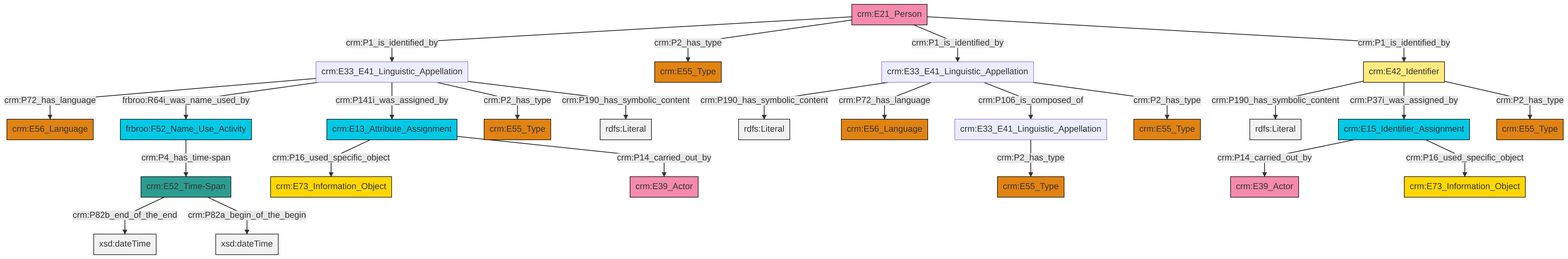
Above: et/personCSV/ttl/mmd/png/Person_Names_and_Classification.png in swiss-art-research-net/reference-data-models (Mermaid), before the change. Its source is kept beside it as et/personCSV/ttl/mmd/Person_Names_and_Classification.ttl.mmd.
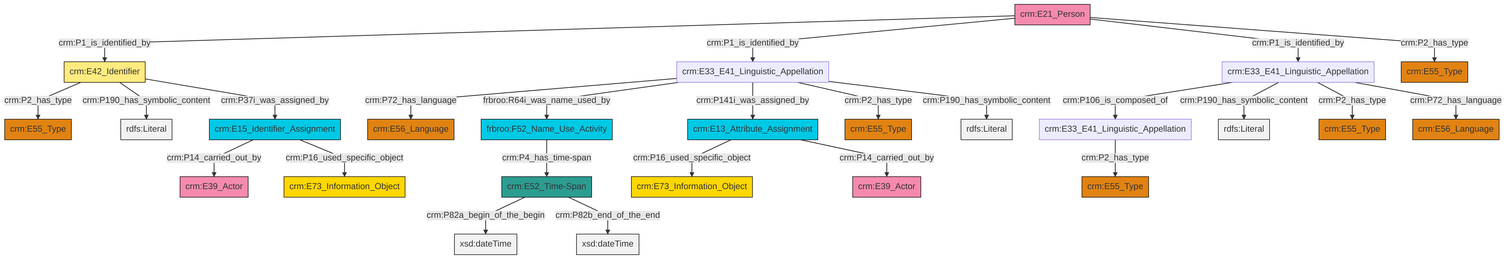
The same file after the commit.

Diff of the diagram source:
```diff
@@ -13,27 +13,27 @@
 classDef PC_Classes fill:#4ce600, stroke:#000000;
 classDef Multi fill:#cccccc,stroke:#000000;
 
-2["crm:E42_Identifier"]:::Appellation -->|crm:P190_has_symbolic_content| 3[rdfs:Literal]:::Literal
-8["crm:E15_Identifier_Assignment"]:::Temporal_Entity -->|crm:P14_carried_out_by| 9["crm:E39_Actor"]:::Actor
-2["crm:E42_Identifier"]:::Appellation -->|crm:P37i_was_assigned_by| 8["crm:E15_Identifier_Assignment"]:::Temporal_Entity
-10["crm:E33_E41_Linguistic_Appellation"]:::Default -->|crm:P2_has_type| 11["crm:E55_Type"]:::Type
-12["crm:E33_E41_Linguistic_Appellation"]:::Default -->|crm:P72_has_language| 13["crm:E56_Language"]:::Type
-17["crm:E21_Person"]:::Actor -->|crm:P1_is_identified_by| 12["crm:E33_E41_Linguistic_Appellation"]:::Default
-25["crm:E13_Attribute_Assignment"]:::Temporal_Entity -->|crm:P16_used_specific_object| 22["crm:E73_Information_Object"]:::Conceptual_Object
-26["crm:E33_E41_Linguistic_Appellation"]:::Default -->|crm:P190_has_symbolic_content| 27[rdfs:Literal]:::Literal
-12["crm:E33_E41_Linguistic_Appellation"]:::Default -->|frbroo:R64i_was_name_used_by| 0["frbroo:F52_Name_Use_Activity"]:::Temporal_Entity
-12["crm:E33_E41_Linguistic_Appellation"]:::Default -->|crm:P141i_was_assigned_by| 25["crm:E13_Attribute_Assignment"]:::Temporal_Entity
-12["crm:E33_E41_Linguistic_Appellation"]:::Default -->|crm:P2_has_type| 20["crm:E55_Type"]:::Type
-26["crm:E33_E41_Linguistic_Appellation"]:::Default -->|crm:P72_has_language| 29["crm:E56_Language"]:::Type
-17["crm:E21_Person"]:::Actor -->|crm:P2_has_type| 31["crm:E55_Type"]:::Type
-25["crm:E13_Attribute_Assignment"]:::Temporal_Entity -->|crm:P14_carried_out_by| 4["crm:E39_Actor"]:::Actor
-33["crm:E52_Time-Span"]:::Time-Span -->|crm:P82b_end_of_the_end| 34[xsd:dateTime]:::Literal
-2["crm:E42_Identifier"]:::Appellation -->|crm:P2_has_type| 15["crm:E55_Type"]:::Type
-0["frbroo:F52_Name_Use_Activity"]:::Temporal_Entity -->|crm:P4_has_time-span| 33["crm:E52_Time-Span"]:::Time-Span
-8["crm:E15_Identifier_Assignment"]:::Temporal_Entity -->|crm:P16_used_specific_object| 39["crm:E73_Information_Object"]:::Conceptual_Object
-26["crm:E33_E41_Linguistic_Appellation"]:::Default -->|crm:P106_is_composed_of| 10["crm:E33_E41_Linguistic_Appellation"]:::Default
-17["crm:E21_Person"]:::Actor -->|crm:P1_is_identified_by| 26["crm:E33_E41_Linguistic_Appellation"]:::Default
-17["crm:E21_Person"]:::Actor -->|crm:P1_is_identified_by| 2["crm:E42_Identifier"]:::Appellation
-33["crm:E52_Time-Span"]:::Time-Span -->|crm:P82a_begin_of_the_begin| 45[xsd:dateTime]:::Literal
-12["crm:E33_E41_Linguistic_Appellation"]:::Default -->|crm:P190_has_symbolic_content| 46[rdfs:Literal]:::Literal
-26["crm:E33_E41_Linguistic_Appellation"]:::Default -->|crm:P2_has_type| 6["crm:E55_Type"]:::Type
+0["crm:E33_E41_Linguistic_Appellation"]:::Default -->|crm:P72_has_language| 1["crm:E56_Language"]:::Type
+2["crm:E21_Person"]:::Actor -->|crm:P1_is_identified_by| 3["crm:E42_Identifier"]:::Appellation
+0["crm:E33_E41_Linguistic_Appellation"]:::Default -->|frbroo:R64i_was_name_used_by| 4["frbroo:F52_Name_Use_Activity"]:::Temporal_Entity
+5["crm:E13_Attribute_Assignment"]:::Temporal_Entity -->|crm:P16_used_specific_object| 6["crm:E73_Information_Object"]:::Conceptual_Object
+9["crm:E52_Time-Span"]:::Time-Span -->|crm:P82a_begin_of_the_begin| 10[xsd:dateTime]:::Literal
+11["crm:E33_E41_Linguistic_Appellation"]:::Default -->|crm:P2_has_type| 12["crm:E55_Type"]:::Type
+2["crm:E21_Person"]:::Actor -->|crm:P1_is_identified_by| 0["crm:E33_E41_Linguistic_Appellation"]:::Default
+14["crm:E33_E41_Linguistic_Appellation"]:::Default -->|crm:P106_is_composed_of| 11["crm:E33_E41_Linguistic_Appellation"]:::Default
+4["frbroo:F52_Name_Use_Activity"]:::Temporal_Entity -->|crm:P4_has_time-span| 9["crm:E52_Time-Span"]:::Time-Span
+3["crm:E42_Identifier"]:::Appellation -->|crm:P2_has_type| 17["crm:E55_Type"]:::Type
+2["crm:E21_Person"]:::Actor -->|crm:P1_is_identified_by| 14["crm:E33_E41_Linguistic_Appellation"]:::Default
+0["crm:E33_E41_Linguistic_Appellation"]:::Default -->|crm:P141i_was_assigned_by| 5["crm:E13_Attribute_Assignment"]:::Temporal_Entity
+14["crm:E33_E41_Linguistic_Appellation"]:::Default -->|crm:P190_has_symbolic_content| 27[rdfs:Literal]:::Literal
+14["crm:E33_E41_Linguistic_Appellation"]:::Default -->|crm:P2_has_type| 7["crm:E55_Type"]:::Type
+0["crm:E33_E41_Linguistic_Appellation"]:::Default -->|crm:P2_has_type| 31["crm:E55_Type"]:::Type
+32["crm:E15_Identifier_Assignment"]:::Temporal_Entity -->|crm:P14_carried_out_by| 22["crm:E39_Actor"]:::Actor
+2["crm:E21_Person"]:::Actor -->|crm:P2_has_type| 35["crm:E55_Type"]:::Type
+5["crm:E13_Attribute_Assignment"]:::Temporal_Entity -->|crm:P14_carried_out_by| 28["crm:E39_Actor"]:::Actor
+9["crm:E52_Time-Span"]:::Time-Span -->|crm:P82b_end_of_the_end| 40[xsd:dateTime]:::Literal
+0["crm:E33_E41_Linguistic_Appellation"]:::Default -->|crm:P190_has_symbolic_content| 41[rdfs:Literal]:::Literal
+3["crm:E42_Identifier"]:::Appellation -->|crm:P190_has_symbolic_content| 45[rdfs:Literal]:::Literal
+14["crm:E33_E41_Linguistic_Appellation"]:::Default -->|crm:P72_has_language| 19["crm:E56_Language"]:::Type
+3["crm:E42_Identifier"]:::Appellation -->|crm:P37i_was_assigned_by| 32["crm:E15_Identifier_Assignment"]:::Temporal_Entity
+32["crm:E15_Identifier_Assignment"]:::Temporal_Entity -->|crm:P16_used_specific_object| 24["crm:E73_Information_Object"]:::Conceptual_Object
```
